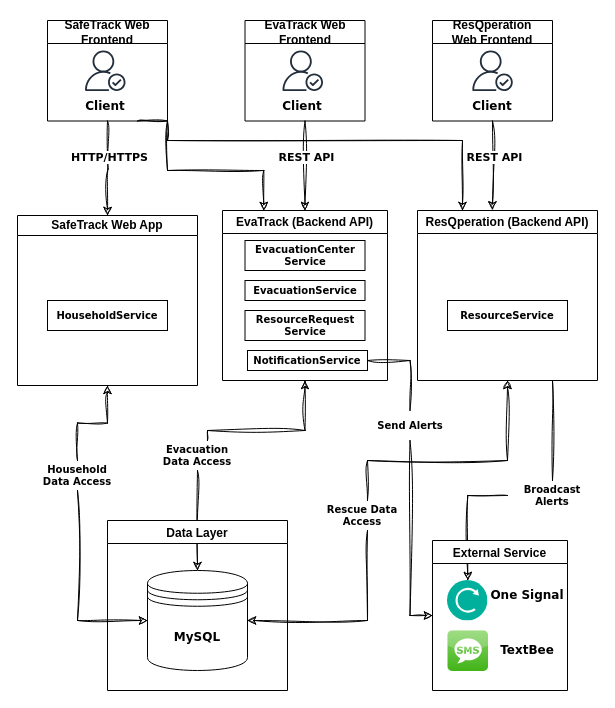
klint-droid/EvaTrack keeps this draw.io diagram as page "System Architecture" (1 of 2) of docs/sys.drawio. Above is the earlier version. Source tidied: cells renumbered, new cells numbered last; positions are measured from the earlier drawing's top-left corner, leaving out a move shared by most shapes. Both pictures are drawn from the tidied source at 100%, with x=0, y=0 at pixel (17, 20).
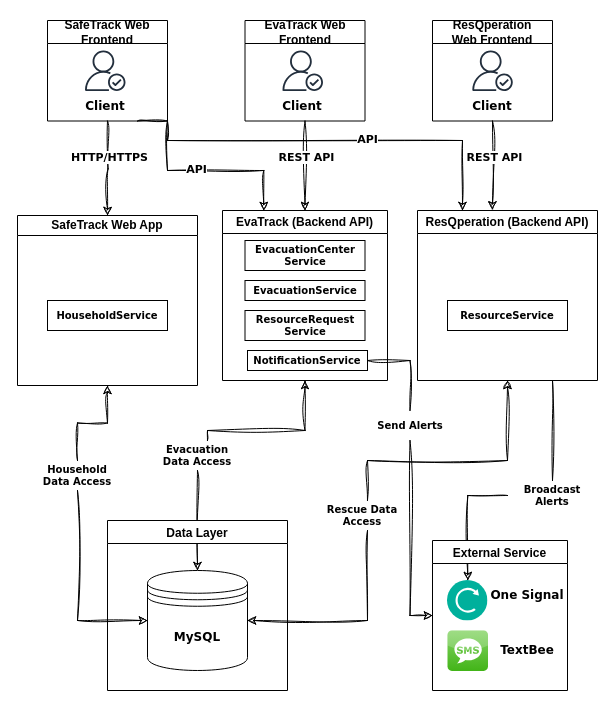
After the change.

Unchanged cells that the change refers to:
```xml
<mxCell id="43" style="edgeStyle=orthogonalEdgeStyle;rounded=0;jettySize=auto;html=1;entryX=0.25;entryY=0;entryDx=0;entryDy=0;defaultLabelBackgroundColor=page;labelPadding=0 4;exitX=1;exitY=1;exitDx=0;exitDy=0;sketch=1;curveFitting=1;jiggle=2;" parent="1" edge="1" source="45" target="4">
  <mxGeometry x="-0.17" relative="1" as="geometry">
    <Array as="points">
      <mxPoint x="150" y="150" />
      <mxPoint x="246.3" y="150" />
    </Array>
  </mxGeometry>
</mxCell>
<mxCell id="44" style="edgeStyle=orthogonalEdgeStyle;rounded=0;jettySize=auto;html=1;exitX=0.75;exitY=1;exitDx=0;exitDy=0;entryX=0.25;entryY=0;entryDx=0;entryDy=0;defaultLabelBackgroundColor=page;labelPadding=0 4;sketch=1;curveFitting=1;jiggle=2;" parent="1" edge="1" source="45" target="14">
  <mxGeometry relative="1" as="geometry">
    <Array as="points">
      <mxPoint x="150" y="100.5" />
      <mxPoint x="150" y="120" />
      <mxPoint x="445" y="120" />
    </Array>
  </mxGeometry>
</mxCell>
```

The edit, as a diff of the source:
```diff
@@
+    <mxCell id="50" value="&lt;font face=&quot;Verdana&quot;&gt;&lt;b&gt;API&lt;/b&gt;&lt;/font&gt;" style="edgeLabel;html=1;align=center;verticalAlign=middle;inheritText=1;defaultLabelBackgroundColor=page;labelPadding=0 4;" parent="43" vertex="1">
+      <mxGeometry x="-0.16" y="2" relative="1" as="geometry" />
+    </mxCell>
@@
+    <mxCell id="51" value="&lt;font face=&quot;Verdana&quot;&gt;&lt;b&gt;API&lt;/b&gt;&lt;/font&gt;" style="edgeLabel;html=1;align=center;verticalAlign=middle;inheritText=1;defaultLabelBackgroundColor=page;labelPadding=0 4;" parent="44" vertex="1">
+      <mxGeometry x="0.2" y="2" relative="1" as="geometry" />
+    </mxCell>
```
